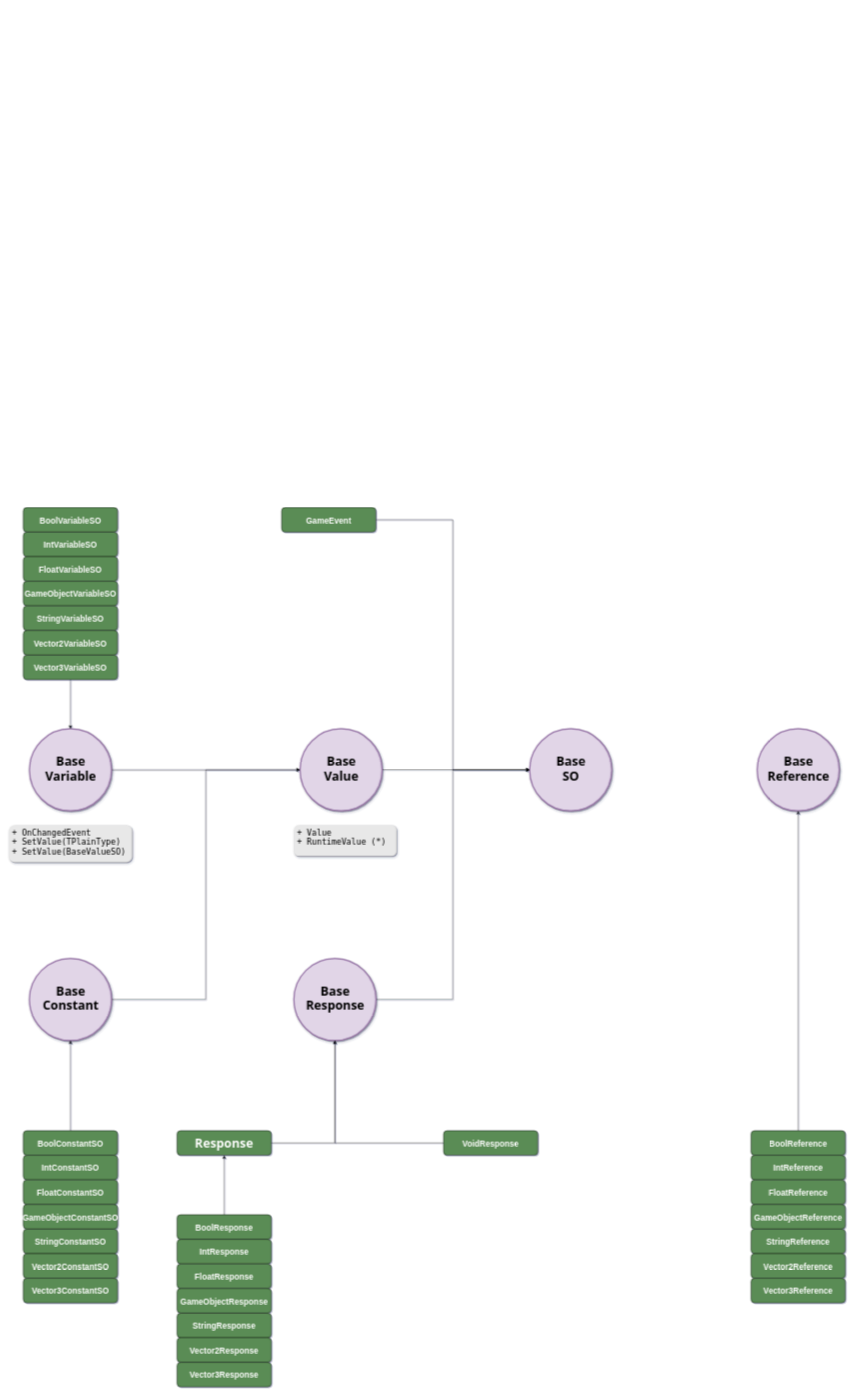
The draw.io diagram page "Hierarchy" (1 of 4) of Documentation/Arch-1.drawio in TalusStudio/TalusFramework-Package, before the edit. Source tidied: cells renumbered, new cells numbered last; positions are measured from the earlier drawing's top-left corner, leaving out a move shared by most shapes. Both pictures are drawn from the tidied source at 41%, with x=0, y=0 at pixel (9, 507).
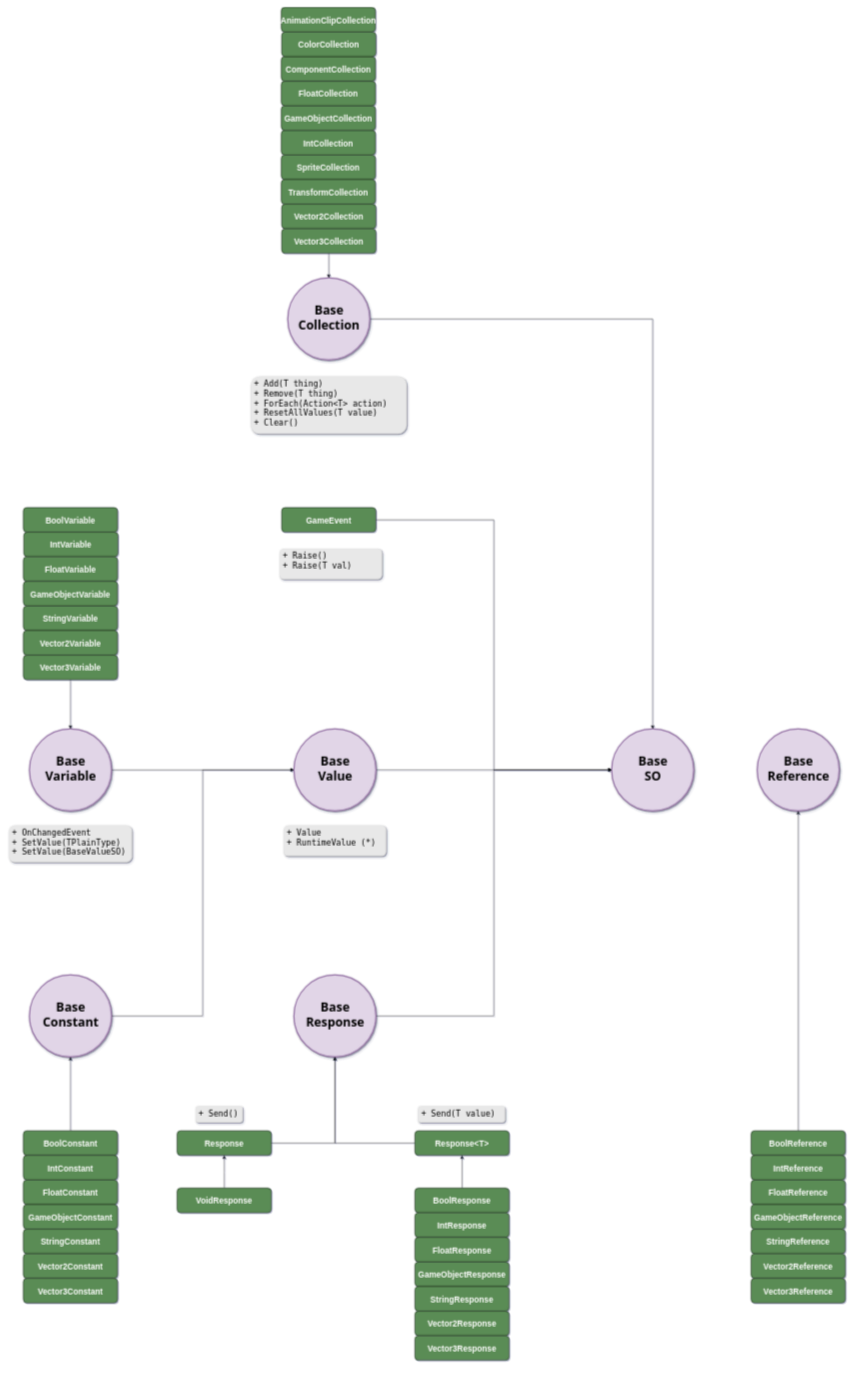
The same diagram, later.

What changed in the source:
```diff
@@
     <mxCell id="3" value="&lt;blockquote style=&quot;margin: 0px 0px 0px 40px; border: none; padding: 0px; font-size: 30px;&quot;&gt;&lt;/blockquote&gt;&lt;font style=&quot;font-size: 30px;&quot;&gt;&lt;span style=&quot;font-size: 30px;&quot;&gt;&lt;span style=&quot;font-size: 30px;&quot;&gt;Base&lt;/span&gt;&lt;br style=&quot;font-size: 30px;&quot;&gt;&lt;font style=&quot;font-size: 30px;&quot;&gt;Value&lt;/font&gt;&lt;/span&gt;&lt;/font&gt;" style="ellipse;whiteSpace=wrap;html=1;fillColor=#e1d5e7;strokeColor=#9673a6;strokeWidth=3;fontStyle=1;fontFamily=Tahoma;fontSize=30;shadow=1;align=center;horizontal=1;verticalAlign=middle;rounded=1;spacingTop=0;spacingLeft=2;spacingBottom=9;" parent="1" vertex="1">
-      <mxGeometry x="710" y="540" width="200" height="200" as="geometry" />
+      <mxGeometry x="695" y="540" width="200" height="200" as="geometry" />
     </mxCell>
     <mxCell id="4" value="&lt;font style=&quot;font-size: 30px;&quot;&gt;&lt;span style=&quot;font-size: 30px;&quot;&gt;Base &lt;br style=&quot;font-size: 30px;&quot;&gt;SO&lt;/span&gt;&lt;/font&gt;" style="ellipse;whiteSpace=wrap;html=1;shadow=1;fontFamily=Tahoma;fontSize=30;fontStyle=1;strokeColor=#9673a6;strokeWidth=3;fillColor=#e1d5e7;rounded=1;spacingLeft=2;spacingBottom=9;spacingTop=0;" parent="1" vertex="1">
-      <mxGeometry x="1270" y="540" width="200" height="200" as="geometry" />
+      <mxGeometry x="1470" y="540" width="200" height="200" as="geometry" />
     </mxCell>
@@
     <mxCell id="6" value="&lt;font style=&quot;font-size: 30px&quot;&gt;Base &lt;br style=&quot;font-size: 30px&quot;&gt;Constant&lt;br&gt;&lt;/font&gt;" style="ellipse;whiteSpace=wrap;html=1;shadow=1;fontFamily=Tahoma;fontSize=30;fontStyle=1;strokeColor=#9673a6;strokeWidth=3;fillColor=#e1d5e7;rounded=1;spacingBottom=9;spacingTop=0;spacingLeft=2;" parent="1" vertex="1">
-      <mxGeometry x="50" y="1100" width="200" height="200" as="geometry" />
+      <mxGeometry x="50" y="1140" width="200" height="200" as="geometry" />
     </mxCell>
@@
-    <mxCell id="9" value="BoolVariableSO" style="fontStyle=1;rounded=1;fontSize=20;fontColor=#FFFFFF;fillColor=#5A8C54;" parent="1" vertex="1">
+    <mxCell id="9" value="BoolVariable" style="fontStyle=1;rounded=1;fontSize=20;fontColor=#FFFFFF;fillColor=#5A8C54;" parent="1" vertex="1">
       <mxGeometry x="35" width="230" height="60" as="geometry" />
     </mxCell>
-    <mxCell id="10" value="IntVariableSO" style="fontStyle=1;rounded=1;fontSize=20;fontColor=#FFFFFF;fillColor=#5A8C54;" parent="1" vertex="1">
-      <mxGeometry x="35" y="60" width="230" height="60" as="geometry" />
+    <mxCell id="10" value="IntVariable" style="fontStyle=1;rounded=1;fontSize=20;fontColor=#FFFFFF;fillColor=#5A8C54;" parent="1" vertex="1">
+      <mxGeometry x="36" y="60" width="230" height="60" as="geometry" />
     </mxCell>
-    <mxCell id="11" value="FloatVariableSO" style="fontStyle=1;rounded=1;fontSize=20;fontColor=#FFFFFF;fillColor=#5A8C54;" parent="1" vertex="1">
+    <mxCell id="11" value="FloatVariable" style="fontStyle=1;rounded=1;fontSize=20;fontColor=#FFFFFF;fillColor=#5A8C54;" parent="1" vertex="1">
       <mxGeometry x="35" y="120" width="230" height="60" as="geometry" />
     </mxCell>
-    <mxCell id="12" value="GameObjectVariableSO" style="fontStyle=1;rounded=1;fontSize=20;fontColor=#FFFFFF;fillColor=#5A8C54;" parent="1" vertex="1">
+    <mxCell id="12" value="GameObjectVariable" style="fontStyle=1;rounded=1;fontSize=20;fontColor=#FFFFFF;fillColor=#5A8C54;" parent="1" vertex="1">
       <mxGeometry x="35" y="180" width="230" height="60" as="geometry" />
     </mxCell>
-    <mxCell id="13" value="StringVariableSO" style="fontStyle=1;rounded=1;fontSize=20;fontColor=#FFFFFF;fillColor=#5A8C54;" parent="1" vertex="1">
+    <mxCell id="13" value="StringVariable" style="fontStyle=1;rounded=1;fontSize=20;fontColor=#FFFFFF;fillColor=#5A8C54;" parent="1" vertex="1">
       <mxGeometry x="35" y="240" width="230" height="60" as="geometry" />
     </mxCell>
-    <mxCell id="14" value="Vector2VariableSO" style="fontStyle=1;rounded=1;fontSize=20;fontColor=#FFFFFF;fillColor=#5A8C54;" parent="1" vertex="1">
+    <mxCell id="14" value="Vector2Variable" style="fontStyle=1;rounded=1;fontSize=20;fontColor=#FFFFFF;fillColor=#5A8C54;" parent="1" vertex="1">
       <mxGeometry x="35" y="300" width="230" height="60" as="geometry" />
     </mxCell>
@@
-    <mxCell id="16" value="Vector3VariableSO" style="fontStyle=1;rounded=1;fontSize=20;fontColor=#FFFFFF;fillColor=#5A8C54;" parent="1" vertex="1">
+    <mxCell id="16" value="Vector3Variable" style="fontStyle=1;rounded=1;fontSize=20;fontColor=#FFFFFF;fillColor=#5A8C54;" parent="1" vertex="1">
       <mxGeometry x="35" y="360" width="230" height="60" as="geometry" />
     </mxCell>
@@
-    <mxCell id="18" value="BoolConstantSO" style="fontStyle=1;rounded=1;fillColor=#5A8C54;fontColor=#FFFFFF;fontSize=20;" parent="1" vertex="1">
+    <mxCell id="18" value="BoolConstant" style="fontStyle=1;rounded=1;fillColor=#5A8C54;fontColor=#FFFFFF;fontSize=20;" parent="1" vertex="1">
       <mxGeometry x="35" y="1520" width="230" height="60" as="geometry" />
     </mxCell>
-    <mxCell id="19" value="IntConstantSO" style="fontStyle=1;rounded=1;fontColor=#FFFFFF;fillColor=#5A8C54;fontSize=20;" parent="1" vertex="1">
+    <mxCell id="19" value="IntConstant" style="fontStyle=1;rounded=1;fontColor=#FFFFFF;fillColor=#5A8C54;fontSize=20;" parent="1" vertex="1">
       <mxGeometry x="35" y="1580" width="230" height="60" as="geometry" />
     </mxCell>
-    <mxCell id="20" value="FloatConstantSO" style="fontStyle=1;rounded=1;fontColor=#FFFFFF;fillColor=#5A8C54;fontSize=20;" parent="1" vertex="1">
+    <mxCell id="20" value="FloatConstant" style="fontStyle=1;rounded=1;fontColor=#FFFFFF;fillColor=#5A8C54;fontSize=20;" parent="1" vertex="1">
       <mxGeometry x="35" y="1640" width="230" height="60" as="geometry" />
     </mxCell>
-    <mxCell id="21" value="GameObjectConstantSO" style="fontStyle=1;rounded=1;fontColor=#FFFFFF;fillColor=#5A8C54;fontSize=20;" parent="1" vertex="1">
+    <mxCell id="21" value="GameObjectConstant" style="fontStyle=1;rounded=1;fontColor=#FFFFFF;fillColor=#5A8C54;fontSize=20;" parent="1" vertex="1">
       <mxGeometry x="35" y="1700" width="230" height="60" as="geometry" />
     </mxCell>
-    <mxCell id="22" value="StringConstantSO" style="fontStyle=1;rounded=1;fontColor=#FFFFFF;fillColor=#5A8C54;fontSize=20;" parent="1" vertex="1">
+    <mxCell id="22" value="StringConstant" style="fontStyle=1;rounded=1;fontColor=#FFFFFF;fillColor=#5A8C54;fontSize=20;" parent="1" vertex="1">
       <mxGeometry x="35" y="1760" width="230" height="60" as="geometry" />
     </mxCell>
-    <mxCell id="23" value="Vector2ConstantSO" style="fontStyle=1;rounded=1;fontColor=#FFFFFF;fillColor=#5A8C54;fontSize=20;" parent="1" vertex="1">
+    <mxCell id="23" value="Vector2Constant" style="fontStyle=1;rounded=1;fontColor=#FFFFFF;fillColor=#5A8C54;fontSize=20;" parent="1" vertex="1">
       <mxGeometry x="35" y="1820" width="230" height="60" as="geometry" />
     </mxCell>
-    <mxCell id="24" value="Vector3ConstantSO" style="fontStyle=1;rounded=1;fontColor=#FFFFFF;fillColor=#5A8C54;fontSize=20;" parent="1" vertex="1">
+    <mxCell id="24" value="Vector3Constant" style="fontStyle=1;rounded=1;fontColor=#FFFFFF;fillColor=#5A8C54;fontSize=20;" parent="1" vertex="1">
       <mxGeometry x="35" y="1880" width="230" height="60" as="geometry" />
     </mxCell>
@@
     <mxCell id="28" value="&lt;blockquote style=&quot;margin: 0px 0px 0px 40px; border: none; padding: 0px; font-size: 30px;&quot;&gt;&lt;/blockquote&gt;&lt;span style=&quot;font-size: 30px;&quot;&gt;Base&lt;/span&gt;&lt;br style=&quot;font-size: 30px;&quot;&gt;Response" style="ellipse;whiteSpace=wrap;html=1;fillColor=#e1d5e7;strokeColor=#9673a6;strokeWidth=3;fontStyle=1;fontFamily=Tahoma;fontSize=30;shadow=1;align=center;horizontal=1;verticalAlign=middle;rounded=1;spacingBottom=9;spacingTop=0;spacingLeft=2;" parent="1" vertex="1">
-      <mxGeometry x="695" y="1100" width="200" height="200" as="geometry" />
+      <mxGeometry x="695" y="1140" width="200" height="200" as="geometry" />
     </mxCell>
-    <mxCell id="29" style="edgeStyle=orthogonalEdgeStyle;rounded=0;jettySize=auto;html=1;entryX=0.5;entryY=1;entryDx=0;entryDy=0;fontFamily=Tahoma;fontSize=25;fontColor=#FFFFFF;" parent="1" edge="1" source="30" target="51">
+    <mxCell id="29" style="edgeStyle=orthogonalEdgeStyle;rounded=0;jettySize=auto;html=1;entryX=0.5;entryY=1;entryDx=0;entryDy=0;fontFamily=Tahoma;fontSize=25;fontColor=#FFFFFF;" parent="1" edge="1" source="30" target="38">
       <mxGeometry relative="1" as="geometry" />
     </mxCell>
     <mxCell id="30" value="BoolResponse" style="fontStyle=1;rounded=1;fontColor=#FFFFFF;fillColor=#5A8C54;fontSize=20;" parent="1" vertex="1">
-      <mxGeometry x="410" y="1725" width="230" height="60" as="geometry" />
+      <mxGeometry x="990" y="1660" width="230" height="60" as="geometry" />
     </mxCell>
     <mxCell id="31" value="IntResponse" style="fontStyle=1;rounded=1;fontColor=#FFFFFF;fillColor=#5A8C54;fontSize=20;" parent="1" vertex="1">
-      <mxGeometry x="410" y="1785" width="230" height="60" as="geometry" />
+      <mxGeometry x="990" y="1720" width="230" height="60" as="geometry" />
     </mxCell>
     <mxCell id="32" value="FloatResponse" style="fontStyle=1;rounded=1;fontColor=#FFFFFF;fillColor=#5A8C54;fontSize=20;" parent="1" vertex="1">
-      <mxGeometry x="410" y="1845" width="230" height="60" as="geometry" />
+      <mxGeometry x="990" y="1780" width="230" height="60" as="geometry" />
     </mxCell>
     <mxCell id="33" value="GameObjectResponse" style="fontStyle=1;rounded=1;fontColor=#FFFFFF;fillColor=#5A8C54;fontSize=20;" parent="1" vertex="1">
-      <mxGeometry x="410" y="1905" width="230" height="60" as="geometry" />
+      <mxGeometry x="990" y="1840" width="230" height="60" as="geometry" />
     </mxCell>
     <mxCell id="34" value="StringResponse" style="fontStyle=1;rounded=1;fontColor=#FFFFFF;fillColor=#5A8C54;fontSize=20;" parent="1" vertex="1">
-      <mxGeometry x="410" y="1965" width="230" height="60" as="geometry" />
+      <mxGeometry x="990" y="1900" width="230" height="60" as="geometry" />
     </mxCell>
     <mxCell id="35" value="Vector2Response" style="fontStyle=1;rounded=1;fontColor=#FFFFFF;fillColor=#5A8C54;fontSize=20;" parent="1" vertex="1">
-      <mxGeometry x="410" y="2025" width="230" height="60" as="geometry" />
+      <mxGeometry x="990" y="1960" width="230" height="60" as="geometry" />
     </mxCell>
     <mxCell id="36" value="Vector3Response" style="fontStyle=1;rounded=1;fontColor=#FFFFFF;fillColor=#5A8C54;fontSize=20;" parent="1" vertex="1">
-      <mxGeometry x="410" y="2085" width="230" height="60" as="geometry" />
+      <mxGeometry x="990" y="2020" width="230" height="60" as="geometry" />
     </mxCell>
@@
-    <mxCell id="38" value="VoidResponse" style="fontStyle=1;rounded=1;fontColor=#FFFFFF;fillColor=#5A8C54;fontSize=20;" parent="1" vertex="1">
-      <mxGeometry x="1060" y="1520" width="230" height="60" as="geometry" />
+    <mxCell id="38" value="Response&lt;T&gt;" style="fontStyle=1;rounded=1;fontColor=#FFFFFF;fillColor=#5A8C54;fontSize=20;" parent="1" vertex="1">
+      <mxGeometry x="990" y="1520" width="230" height="60" as="geometry" />
     </mxCell>
@@
     <mxCell id="43" value="&lt;p style=&quot;margin: 0px ; margin-top: 6px ; text-align: center&quot;&gt;&lt;/p&gt;&lt;p style=&quot;margin: 0px ; margin-left: 8px&quot;&gt;+ Value&lt;br&gt;+ RuntimeValue (*)&lt;/p&gt;" style="align=left;overflow=fill;html=1;rounded=1;shadow=1;fontFamily=Lucida Console;fontSize=20;strokeColor=none;strokeWidth=3;fillColor=#E8E8E8;glass=0;sketch=0;" parent="1" vertex="1">
-      <mxGeometry x="695" y="775" width="250" height="75" as="geometry" />
+      <mxGeometry x="670" y="775" width="250" height="75" as="geometry" />
     </mxCell>
@@
-    <mxCell id="51" value="Response" style="fontStyle=1;rounded=1;fontColor=#FFFFFF;fillColor=#5A8C54;fontSize=30;fontFamily=Tahoma;whiteSpace=wrap;html=1;labelBackgroundColor=none;labelBorderColor=none;" parent="1" vertex="1">
+    <mxCell id="51" value="Response" style="fontStyle=1;rounded=1;fontColor=#FFFFFF;fillColor=#5A8C54;fontSize=20;fontFamily=Helvetica;labelBackgroundColor=none;labelBorderColor=none;" parent="1" vertex="1">
       <mxGeometry x="410" y="1520" width="230" height="60" as="geometry" />
     </mxCell>
+    <mxCell id="52" value="&lt;p style=&quot;margin: 0px ; margin-top: 6px ; text-align: center&quot;&gt;&lt;/p&gt;&lt;p style=&quot;margin: 0px ; margin-left: 8px&quot;&gt;+ Raise()&lt;/p&gt;&lt;p style=&quot;margin: 0px ; margin-left: 8px&quot;&gt;+ Raise(T val)&lt;/p&gt;" style="align=left;overflow=fill;html=1;rounded=1;shadow=1;fontFamily=Lucida Console;fontSize=20;strokeColor=none;strokeWidth=3;fillColor=#E8E8E8;glass=0;sketch=0;" parent="1" vertex="1">
+      <mxGeometry x="660" y="100" width="250" height="75" as="geometry" />
+    </mxCell>
+    <mxCell id="53" style="edgeStyle=orthogonalEdgeStyle;rounded=0;jettySize=auto;html=1;entryX=0.5;entryY=1;entryDx=0;entryDy=0;fontFamily=Tahoma;fontSize=25;fontColor=#FFFFFF;" parent="1" edge="1" source="54">
+      <mxGeometry relative="1" as="geometry">
+        <mxPoint x="525" y="1580" as="targetPoint" />
+      </mxGeometry>
+    </mxCell>
+    <mxCell id="54" value="VoidResponse" style="fontStyle=1;rounded=1;fontColor=#FFFFFF;fillColor=#5A8C54;fontSize=20;" parent="1" vertex="1">
+      <mxGeometry x="410" y="1660" width="230" height="60" as="geometry" />
+    </mxCell>
+    <mxCell id="55" value="&lt;p style=&quot;margin: 0px ; margin-top: 6px ; text-align: center&quot;&gt;&lt;/p&gt;&lt;p style=&quot;margin: 0px ; margin-left: 8px&quot;&gt;+ Send()&lt;/p&gt;" style="align=left;overflow=fill;html=1;rounded=1;shadow=1;fontFamily=Lucida Console;fontSize=20;strokeColor=none;strokeWidth=3;fillColor=#E8E8E8;glass=0;sketch=0;" parent="1" vertex="1">
+      <mxGeometry x="455" y="1460" width="115" height="40" as="geometry" />
+    </mxCell>
+    <mxCell id="56" value="&lt;p style=&quot;margin: 0px ; margin-top: 6px ; text-align: center&quot;&gt;&lt;/p&gt;&lt;p style=&quot;margin: 0px ; margin-left: 8px&quot;&gt;+ Send(T value)&lt;/p&gt;" style="align=left;overflow=fill;html=1;rounded=1;shadow=1;fontFamily=Lucida Console;fontSize=20;strokeColor=none;strokeWidth=3;fillColor=#E8E8E8;glass=0;sketch=0;" parent="1" vertex="1">
+      <mxGeometry x="997.5" y="1460" width="212.5" height="40" as="geometry" />
+    </mxCell>
+    <mxCell id="57" style="edgeStyle=orthogonalEdgeStyle;rounded=0;jettySize=auto;html=1;exitX=1;exitY=0.5;exitDx=0;exitDy=0;entryX=0.5;entryY=0;entryDx=0;entryDy=0;fontFamily=Helvetica;fontSize=20;" parent="1" edge="1" source="58" target="4">
+      <mxGeometry relative="1" as="geometry" />
+    </mxCell>
+    <mxCell id="58" value="&lt;blockquote style=&quot;margin: 0px 0px 0px 40px ; border: none ; padding: 0px ; font-size: 30px&quot;&gt;&lt;/blockquote&gt;&lt;font style=&quot;font-size: 30px&quot;&gt;&lt;span style=&quot;font-size: 30px&quot;&gt;&lt;span style=&quot;font-size: 30px&quot;&gt;Base&lt;/span&gt;&lt;br style=&quot;font-size: 30px&quot;&gt;Collection&lt;br&gt;&lt;/span&gt;&lt;/font&gt;" style="ellipse;whiteSpace=wrap;html=1;fillColor=#e1d5e7;strokeColor=#9673a6;strokeWidth=3;fontStyle=1;fontFamily=Tahoma;fontSize=30;shadow=1;align=center;horizontal=1;verticalAlign=middle;rounded=1;spacingTop=0;spacingLeft=2;spacingBottom=9;" parent="1" vertex="1">
+      <mxGeometry x="680" y="-560" width="200" height="200" as="geometry" />
+    </mxCell>
+    <mxCell id="59" value="&lt;p style=&quot;margin: 0px ; margin-top: 6px ; text-align: center&quot;&gt;&lt;/p&gt;&lt;p style=&quot;margin: 0px ; margin-left: 8px&quot;&gt;+ Add(T thing)&lt;/p&gt;&lt;p style=&quot;margin: 0px ; margin-left: 8px&quot;&gt;+ Remove(T thing)&lt;/p&gt;&lt;p style=&quot;margin: 0px ; margin-left: 8px&quot;&gt;+ ForEach(Action&amp;lt;T&amp;gt; action)&lt;/p&gt;&lt;p style=&quot;margin: 0px ; margin-left: 8px&quot;&gt;+ ResetAllValues(T value)&lt;/p&gt;&lt;p style=&quot;margin: 0px ; margin-left: 8px&quot;&gt;+ Clear()&lt;/p&gt;" style="align=left;overflow=fill;html=1;rounded=1;shadow=1;fontFamily=Lucida Console;fontSize=20;strokeColor=none;strokeWidth=3;fillColor=#E8E8E8;glass=0;sketch=0;" parent="1" vertex="1">
+      <mxGeometry x="590" y="-320" width="380" height="140" as="geometry" />
+    </mxCell>
+    <mxCell id="60" value="SpriteCollection" style="fontStyle=1;rounded=1;fontSize=20;fontColor=#FFFFFF;fillColor=#5A8C54;" parent="1" vertex="1">
+      <mxGeometry x="664" y="-860" width="230" height="60" as="geometry" />
+    </mxCell>
+    <mxCell id="61" value="IntCollection" style="fontStyle=1;rounded=1;fontSize=20;fontColor=#FFFFFF;fillColor=#5A8C54;" parent="1" vertex="1">
+      <mxGeometry x="664" y="-920" width="230" height="60" as="geometry" />
+    </mxCell>
+    <mxCell id="62" value="GameObjectCollection" style="fontStyle=1;rounded=1;fontSize=20;fontColor=#FFFFFF;fillColor=#5A8C54;" parent="1" vertex="1">
+      <mxGeometry x="664" y="-980" width="230" height="60" as="geometry" />
+    </mxCell>
+    <mxCell id="63" value="FloatCollection" style="fontStyle=1;rounded=1;fontSize=20;fontColor=#FFFFFF;fillColor=#5A8C54;" parent="1" vertex="1">
+      <mxGeometry x="664" y="-1040" width="230" height="60" as="geometry" />
+    </mxCell>
+    <mxCell id="64" value="ComponentCollection" style="fontStyle=1;rounded=1;fontSize=20;fontColor=#FFFFFF;fillColor=#5A8C54;" parent="1" vertex="1">
+      <mxGeometry x="664" y="-1100" width="230" height="60" as="geometry" />
+    </mxCell>
+    <mxCell id="65" value="ColorCollection" style="fontStyle=1;rounded=1;fontSize=20;fontColor=#FFFFFF;fillColor=#5A8C54;" parent="1" vertex="1">
+      <mxGeometry x="665" y="-1160" width="230" height="60" as="geometry" />
+    </mxCell>
+    <mxCell id="66" value="AnimationClipCollection" style="fontStyle=1;rounded=1;fontSize=20;fontColor=#FFFFFF;fillColor=#5A8C54;" parent="1" vertex="1">
+      <mxGeometry x="664" y="-1220" width="230" height="60" as="geometry" />
+    </mxCell>
+    <mxCell id="67" value="TransformCollection" style="fontStyle=1;rounded=1;fontSize=20;fontColor=#FFFFFF;fillColor=#5A8C54;" parent="1" vertex="1">
+      <mxGeometry x="664" y="-800" width="230" height="60" as="geometry" />
+    </mxCell>
+    <mxCell id="68" value="Vector2Collection" style="fontStyle=1;rounded=1;fontSize=20;fontColor=#FFFFFF;fillColor=#5A8C54;" parent="1" vertex="1">
+      <mxGeometry x="665" y="-740" width="230" height="60" as="geometry" />
+    </mxCell>
+    <mxCell id="69" style="edgeStyle=orthogonalEdgeStyle;rounded=0;jettySize=auto;html=1;exitX=0.5;exitY=1;exitDx=0;exitDy=0;entryX=0.5;entryY=0;entryDx=0;entryDy=0;fontFamily=Helvetica;fontSize=20;" parent="1" edge="1" source="70" target="58">
+      <mxGeometry relative="1" as="geometry" />
+    </mxCell>
+    <mxCell id="70" value="Vector3Collection" style="fontStyle=1;rounded=1;fontSize=20;fontColor=#FFFFFF;fillColor=#5A8C54;" parent="1" vertex="1">
+      <mxGeometry x="665" y="-680" width="230" height="60" as="geometry" />
+    </mxCell>
```
